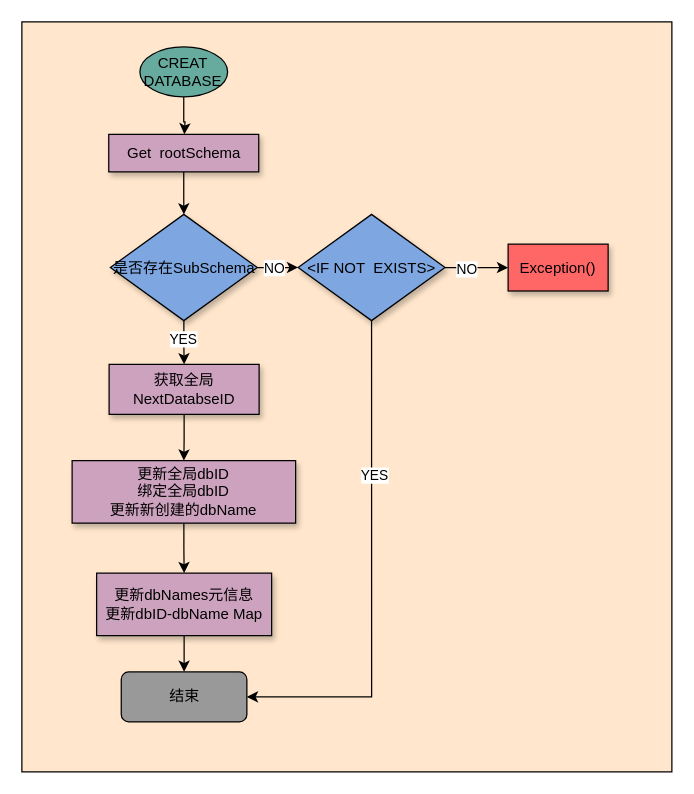
Before: parser_ddl_createSchema.drawio in arlottang/tdh_bit, a draw.io diagram. Source tidied: cells renumbered, new cells numbered last; positions are measured from the earlier drawing's top-left corner, leaving out a move shared by most shapes. Both pictures are drawn from the tidied source at 125%, with x=0, y=0 at pixel (21, 21).
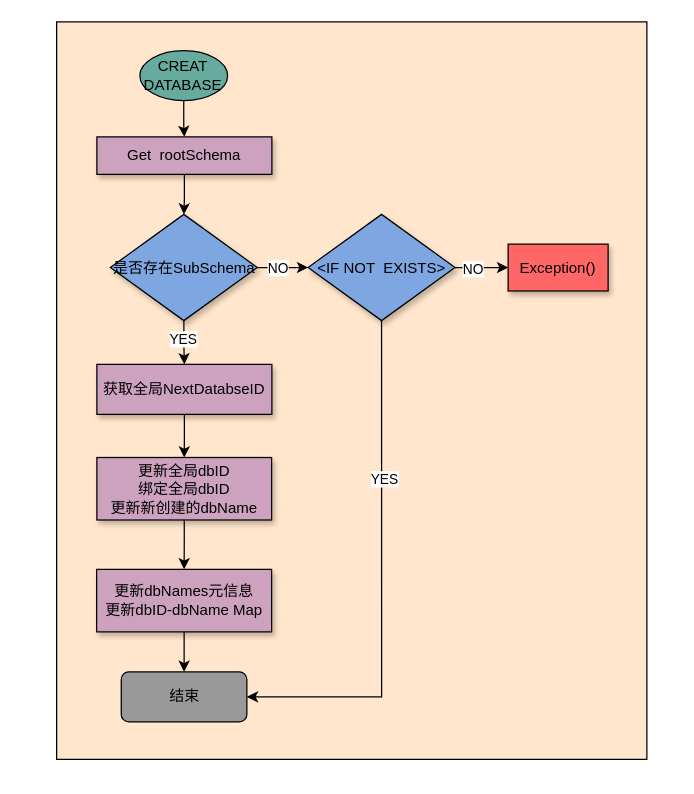
The same page after the edit.

Unchanged cells that the change refers to:
```xml
<mxCell id="5" style="edgeStyle=orthogonalEdgeStyle;rounded=0;jettySize=auto;html=1;" parent="1" edge="1" source="9" target="19">
  <mxGeometry relative="1" as="geometry" />
</mxCell>
```

Change to the diagram source:
```diff
@@
     <mxCell id="2" style="rounded=0;whiteSpace=wrap;html=1;fillColor=#FFE6CC;" parent="1" vertex="1">
-      <mxGeometry width="520" height="600" as="geometry" />
+      <mxGeometry x="27.8" width="472.2" height="590" as="geometry" />
     </mxCell>
@@
     <mxCell id="4" value="Get&amp;nbsp; rootSchema" style="rounded=0;whiteSpace=wrap;html=1;fillColor=#CDA2BE;shadow=1;" parent="1" vertex="1">
-      <mxGeometry x="69.5" y="90" width="120" height="30" as="geometry" />
+      <mxGeometry x="60" y="92" width="140" height="30" as="geometry" />
     </mxCell>
@@
     <mxCell id="6" value="NO" style="edgeLabel;html=1;align=center;verticalAlign=middle;" parent="5" vertex="1">
-      <mxGeometry x="0.18" relative="1" as="geometry" />
+      <mxGeometry x="0.18" relative="1" as="geometry">
+        <mxPoint x="-8" as="offset" />
+      </mxGeometry>
     </mxCell>
@@
     <mxCell id="11" value="获取全局NextDatabseID" style="whiteSpace=wrap;html=1;fillColor=#CDA2BE;rounded=0;shadow=1;" parent="1" vertex="1">
-      <mxGeometry x="69.8" y="274" width="120" height="40" as="geometry" />
+      <mxGeometry x="60" y="274" width="140" height="40" as="geometry" />
     </mxCell>
@@
     <mxCell id="13" value="更新全局dbID&lt;br&gt;绑定全局dbID&lt;br&gt;更新新创建的dbName" style="whiteSpace=wrap;html=1;fillColor=#CDA2BE;rounded=0;shadow=1;" parent="1" vertex="1">
-      <mxGeometry x="40.2" y="351" width="178.8" height="50" as="geometry" />
+      <mxGeometry x="60" y="348.5" width="139.8" height="50" as="geometry" />
     </mxCell>
@@
     <mxCell id="15" value="更新dbNames元信息&lt;br&gt;更新dbID-dbName Map" style="whiteSpace=wrap;html=1;fillColor=#CDA2BE;rounded=0;shadow=1;" parent="1" vertex="1">
-      <mxGeometry x="59.8" y="441" width="140" height="50" as="geometry" />
+      <mxGeometry x="59.8" y="438" width="140" height="50" as="geometry" />
     </mxCell>
@@
     <mxCell id="19" value="&amp;lt;IF NOT &lt;span style=&quot;white-space: pre&quot;&gt; &lt;/span&gt;EXISTS&amp;gt;" style="rhombus;whiteSpace=wrap;html=1;fillColor=#7EA6E0;rounded=0;shadow=1;" parent="1" vertex="1">
-      <mxGeometry x="221" y="154" width="117.5" height="85" as="geometry" />
+      <mxGeometry x="229" y="154" width="117.5" height="85" as="geometry" />
     </mxCell>
@@
-    <mxCell id="21" style="edgeStyle=orthogonalEdgeStyle;rounded=0;jettySize=auto;html=1;" parent="1" edge="1" source="22">
-      <mxGeometry relative="1" as="geometry">
-        <mxPoint x="130" y="90" as="targetPoint" />
-      </mxGeometry>
+    <mxCell id="21" style="edgeStyle=orthogonalEdgeStyle;rounded=0;jettySize=auto;html=1;" parent="1" edge="1" source="22" target="4">
+      <mxGeometry relative="1" as="geometry" />
     </mxCell>
     <mxCell id="22" value="CREAT DATABASE" style="ellipse;whiteSpace=wrap;html=1;fillColor=#67AB9F;" parent="1" vertex="1">
-      <mxGeometry x="94.4" y="20" width="70.2" height="40" as="geometry" />
+      <mxGeometry x="94.4" y="23" width="70.2" height="40" as="geometry" />
     </mxCell>
```
